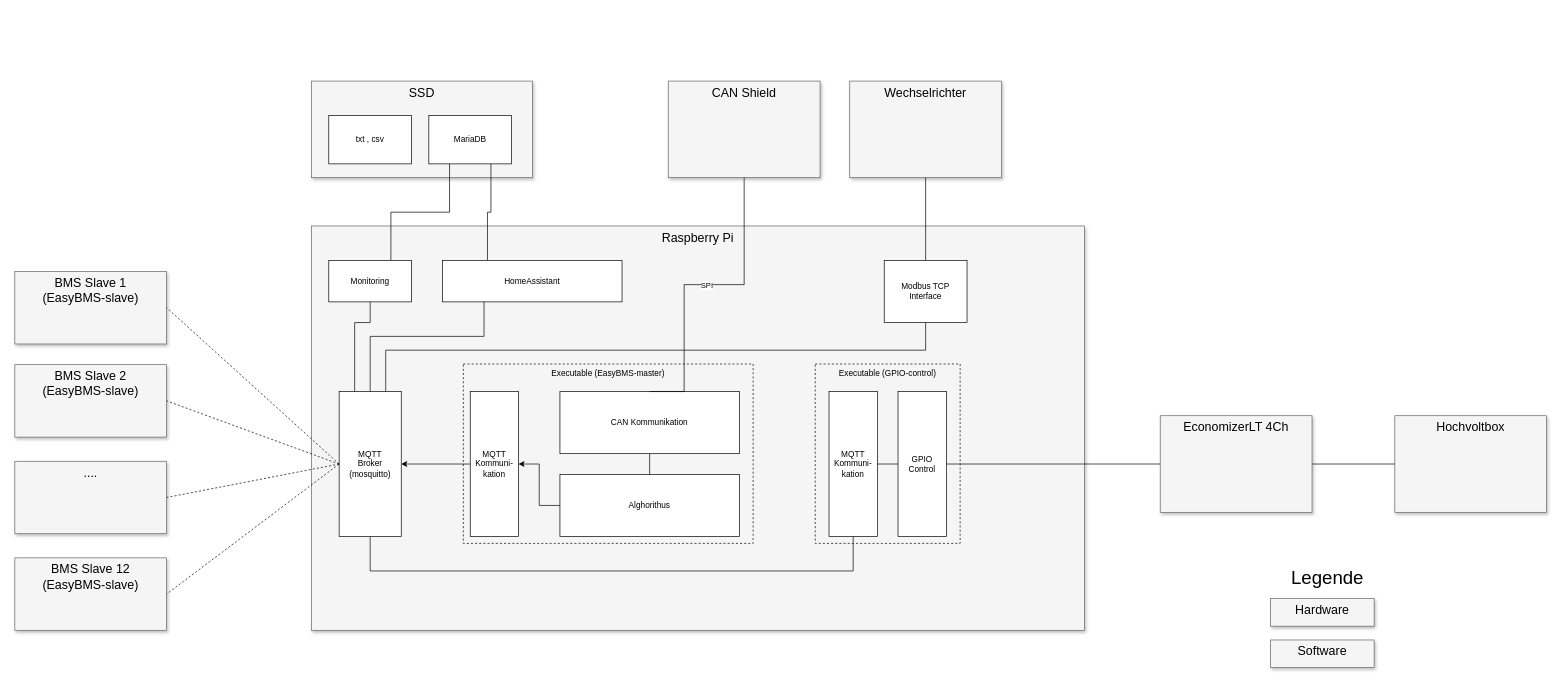
Earlier version of the draw.io diagram system-overview.drawio (SunshadeCorp/EasyBMS-master). Source tidied: cells renumbered, new cells numbered last; positions are measured from the earlier drawing's top-left corner, leaving out a move shared by most shapes. Both pictures are drawn from the tidied source at 69%, with x=0, y=0 at pixel (14, 81).
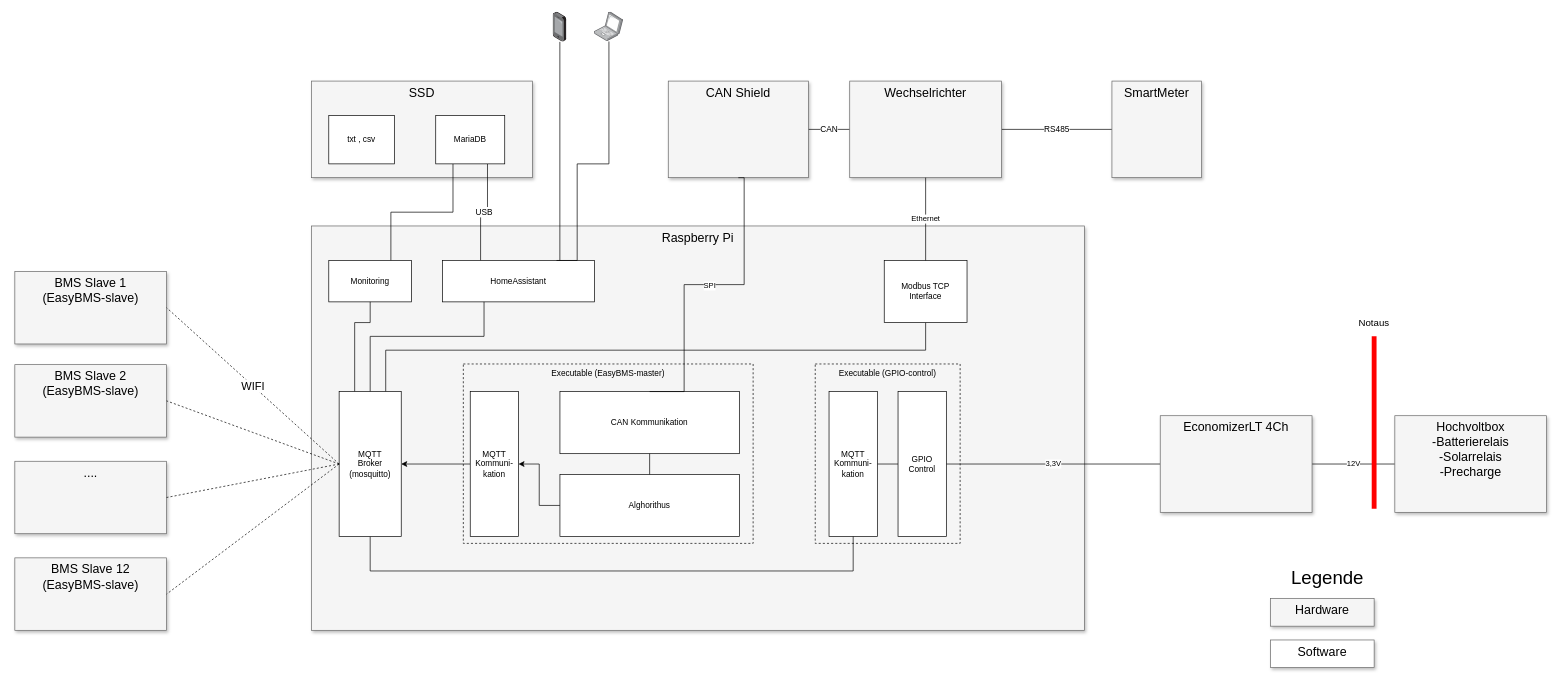
After the change.

Commit message:
Overview updated to two executable

The change refers to these unchanged cells:
```xml
<mxCell id="3" value="Wechselrichter" style="whiteSpace=wrap;html=1;shadow=1;fontSize=18;fillColor=#f5f5f5;strokeColor=#666666;verticalAlign=top;" parent="1" vertex="1">
  <mxGeometry x="1210" width="220" height="140" as="geometry" />
</mxCell>
<mxCell id="18" value="GPIO Control" style="rounded=0;whiteSpace=wrap;html=1;" parent="1" vertex="1">
  <mxGeometry x="1280" y="450" width="70" height="210" as="geometry" />
</mxCell>
<mxCell id="22" value="&lt;div&gt;Modbus TCP&lt;/div&gt;&lt;div&gt;Interface&lt;br&gt;&lt;/div&gt;" style="rounded=0;whiteSpace=wrap;html=1;" parent="1" vertex="1">
  <mxGeometry x="1260" y="260" width="120" height="90" as="geometry" />
</mxCell>
<mxCell id="26" value="&lt;div&gt;MQTT&lt;/div&gt;&lt;div&gt;Broker&lt;/div&gt;&lt;div&gt;(mosquitto)&lt;br&gt;&lt;/div&gt;" style="rounded=0;whiteSpace=wrap;html=1;" parent="1" vertex="1">
  <mxGeometry x="470" y="450" width="90" height="210" as="geometry" />
</mxCell>
<mxCell id="32" value="EconomizerLT 4Ch" style="whiteSpace=wrap;html=1;shadow=1;fontSize=18;fillColor=#f5f5f5;strokeColor=#666666;verticalAlign=top;" parent="1" vertex="1">
  <mxGeometry x="1660" y="485" width="220" height="140" as="geometry" />
</mxCell>
<mxCell id="39" value="&lt;div&gt;BMS Slave 1&lt;br&gt;&lt;/div&gt;&lt;div&gt;(EasyBMS-slave)&lt;br&gt;&lt;/div&gt;" style="whiteSpace=wrap;html=1;shadow=1;fontSize=18;fillColor=#f5f5f5;strokeColor=#666666;verticalAlign=top;" parent="1" vertex="1">
  <mxGeometry y="276" width="220" height="105" as="geometry" />
</mxCell>
```

What changed in the source:
```diff
@@
+    <mxCell id="47" value="CAN" style="edgeStyle=orthogonalEdgeStyle;rounded=0;jettySize=auto;html=1;exitX=1;exitY=0.5;exitDx=0;exitDy=0;entryX=0;entryY=0.5;entryDx=0;entryDy=0;fontSize=12;endArrow=none;endFill=0;strokeColor=#000000;strokeWidth=1;" parent="1" edge="1" source="2" target="3">
+      <mxGeometry relative="1" as="geometry" />
+    </mxCell>
     <mxCell id="2" value="CAN Shield" style="whiteSpace=wrap;html=1;shadow=1;fontSize=18;fillColor=#f5f5f5;strokeColor=#666666;verticalAlign=top;" parent="1" vertex="1">
-      <mxGeometry x="947" width="220" height="140" as="geometry" />
+      <mxGeometry x="947" width="203" height="140" as="geometry" />
     </mxCell>
+    <mxCell id="48" value="RS485" style="edgeStyle=orthogonalEdgeStyle;rounded=0;jettySize=auto;html=1;entryX=0;entryY=0.5;entryDx=0;entryDy=0;fontSize=12;endArrow=none;endFill=0;strokeWidth=1;" parent="1" edge="1" source="3" target="49">
+      <mxGeometry relative="1" as="geometry" />
+    </mxCell>
@@
-    <mxCell id="10" style="edgeStyle=orthogonalEdgeStyle;rounded=0;jettySize=auto;html=1;exitX=0.25;exitY=0;exitDx=0;exitDy=0;entryX=0.75;entryY=1;entryDx=0;entryDy=0;fontSize=27;endArrow=none;endFill=0;" parent="1" edge="1" source="11" target="37">
+    <mxCell id="10" value="USB" style="edgeStyle=orthogonalEdgeStyle;rounded=0;jettySize=auto;html=1;exitX=0.25;exitY=0;exitDx=0;exitDy=0;entryX=0.75;entryY=1;entryDx=0;entryDy=0;fontSize=12;endArrow=none;endFill=0;" parent="1" edge="1" source="11" target="37">
       <mxGeometry relative="1" as="geometry" />
     </mxCell>
     <mxCell id="11" value="HomeAssistant" style="rounded=0;whiteSpace=wrap;html=1;" parent="1" vertex="1">
-      <mxGeometry x="620" y="260" width="260" height="60" as="geometry" />
+      <mxGeometry x="620" y="260" width="220" height="60" as="geometry" />
     </mxCell>
@@
-    <mxCell id="17" style="edgeStyle=orthogonalEdgeStyle;rounded=0;jettySize=auto;html=1;exitX=1;exitY=0.5;exitDx=0;exitDy=0;entryX=0;entryY=0.5;entryDx=0;entryDy=0;endArrow=none;endFill=0;" parent="1" edge="1" source="18" target="32">
+    <mxCell id="17" value="3,3V" style="edgeStyle=orthogonalEdgeStyle;rounded=0;jettySize=auto;html=1;exitX=1;exitY=0.5;exitDx=0;exitDy=0;entryX=0;entryY=0.5;entryDx=0;entryDy=0;endArrow=none;endFill=0;" parent="1" edge="1" source="18" target="32">
       <mxGeometry relative="1" as="geometry" />
     </mxCell>
@@
-    <mxCell id="30" style="edgeStyle=orthogonalEdgeStyle;rounded=0;jettySize=auto;html=1;endArrow=none;endFill=0;" parent="1" edge="1" source="3" target="22">
+    <mxCell id="30" value="Ethernet" style="edgeStyle=orthogonalEdgeStyle;rounded=0;jettySize=auto;html=1;endArrow=none;endFill=0;" parent="1" edge="1" source="3" target="22">
       <mxGeometry relative="1" as="geometry" />
     </mxCell>
-    <mxCell id="31" style="edgeStyle=orthogonalEdgeStyle;rounded=0;jettySize=auto;html=1;exitX=1;exitY=0.5;exitDx=0;exitDy=0;entryX=0;entryY=0.5;entryDx=0;entryDy=0;endArrow=none;endFill=0;" parent="1" edge="1" source="32" target="33">
+    <mxCell id="31" value="12V" style="edgeStyle=orthogonalEdgeStyle;rounded=0;jettySize=auto;html=1;exitX=1;exitY=0.5;exitDx=0;exitDy=0;entryX=0;entryY=0.5;entryDx=0;entryDy=0;endArrow=none;endFill=0;" parent="1" edge="1" source="32" target="33">
       <mxGeometry relative="1" as="geometry" />
     </mxCell>
@@
-    <mxCell id="33" value="Hochvoltbox" style="whiteSpace=wrap;html=1;shadow=1;fontSize=18;fillColor=#f5f5f5;strokeColor=#666666;verticalAlign=top;" parent="1" vertex="1">
+    <mxCell id="33" value="&lt;div&gt;Hochvoltbox&lt;/div&gt;&lt;div&gt;-Batterierelais&lt;/div&gt;&lt;div&gt;-Solarrelais&lt;/div&gt;&lt;div&gt;-Precharge&lt;br&gt;&lt;/div&gt;" style="whiteSpace=wrap;html=1;shadow=1;fontSize=18;fillColor=#f5f5f5;strokeColor=#666666;verticalAlign=top;" parent="1" vertex="1">
       <mxGeometry x="2000" y="485" width="220" height="140" as="geometry" />
     </mxCell>
@@
-    <mxCell id="36" value="Software" style="whiteSpace=wrap;html=1;shadow=1;fontSize=18;fillColor=#f5f5f5;strokeColor=#666666;verticalAlign=top;" parent="1" vertex="1">
+    <mxCell id="36" value="Software" style="whiteSpace=wrap;html=1;shadow=1;fontSize=18;fillColor=#FFFFFF;strokeColor=#666666;verticalAlign=top;" parent="1" vertex="1">
       <mxGeometry x="1820" y="810" width="150" height="40" as="geometry" />
     </mxCell>
     <mxCell id="37" value="MariaDB" style="rounded=0;whiteSpace=wrap;html=1;" parent="1" vertex="1">
-      <mxGeometry x="600" y="50" width="120" height="70" as="geometry" />
+      <mxGeometry x="610" y="50" width="100" height="70" as="geometry" />
     </mxCell>
     <mxCell id="38" value="&lt;div&gt;txt , csv&lt;/div&gt;" style="rounded=0;whiteSpace=wrap;html=1;" parent="1" vertex="1">
-      <mxGeometry x="455" y="50" width="120" height="70" as="geometry" />
+      <mxGeometry x="455" y="50" width="95" height="70" as="geometry" />
     </mxCell>
@@
-    <mxCell id="43" style="endArrow=none;dashed=1;html=1;fontSize=27;entryX=1;entryY=0.5;entryDx=0;entryDy=0;exitX=0;exitY=0.5;exitDx=0;exitDy=0;" parent="1" edge="1" source="26" target="39">
+    <mxCell id="43" value="WIFI" style="endArrow=none;dashed=1;html=1;fontSize=16;entryX=1;entryY=0.5;entryDx=0;entryDy=0;exitX=0;exitY=0.5;exitDx=0;exitDy=0;" parent="1" edge="1" source="26" target="39">
       <mxGeometry relative="1" as="geometry" />
     </mxCell>
@@
+    <mxCell id="49" value="SmartMeter" style="whiteSpace=wrap;html=1;shadow=1;fontSize=18;fillColor=#f5f5f5;strokeColor=#666666;verticalAlign=top;" parent="1" vertex="1">
+      <mxGeometry x="1590" width="130" height="140" as="geometry" />
+    </mxCell>
+    <mxCell id="50" style="endArrow=none;html=1;fontSize=27;fillColor=#e51400;strokeColor=#FF0000;strokeWidth=7;" parent="1" edge="1">
+      <mxGeometry relative="1" as="geometry">
+        <mxPoint x="1970" y="620" as="sourcePoint" />
+        <mxPoint x="1970" y="370" as="targetPoint" />
+      </mxGeometry>
+    </mxCell>
+    <mxCell id="51" value="Notaus" style="text;html=1;strokeColor=none;fillColor=none;align=center;verticalAlign=middle;whiteSpace=wrap;rounded=0;dashed=1;fontSize=14;" parent="1" vertex="1">
+      <mxGeometry x="1950" y="340" width="40" height="20" as="geometry" />
+    </mxCell>
+    <mxCell id="52" style="edgeStyle=orthogonalEdgeStyle;rounded=0;jettySize=auto;html=1;fontSize=12;endArrow=none;endFill=0;strokeColor=#000000;strokeWidth=1;" parent="1" edge="1" source="53" target="11">
+      <mxGeometry relative="1" as="geometry">
+        <Array as="points">
+          <mxPoint x="790" y="20" />
+          <mxPoint x="790" y="20" />
+        </Array>
+      </mxGeometry>
+    </mxCell>
+    <mxCell id="53" style="points=[];html=1;align=center;shadow=0;dashed=0;image;image=img/lib/allied_telesis/computer_and_terminals/Smartphone.svg;fontSize=12;fillColor=#FFFFFF;" parent="1" vertex="1">
+      <mxGeometry x="780" y="-100" width="19.8" height="43.2" as="geometry" />
+    </mxCell>
+    <mxCell id="54" style="edgeStyle=orthogonalEdgeStyle;rounded=0;jettySize=auto;html=1;entryX=0.75;entryY=0;entryDx=0;entryDy=0;fontSize=12;endArrow=none;endFill=0;strokeColor=#000000;strokeWidth=1;" parent="1" edge="1" source="55" target="11">
+      <mxGeometry relative="1" as="geometry">
+        <Array as="points">
+          <mxPoint x="861" y="120" />
+          <mxPoint x="815" y="120" />
+        </Array>
+      </mxGeometry>
+    </mxCell>
+    <mxCell id="55" style="points=[];html=1;align=center;shadow=0;dashed=0;image;image=img/lib/allied_telesis/computer_and_terminals/Laptop.svg;fontSize=12;fillColor=#FFFFFF;" parent="1" vertex="1">
+      <mxGeometry x="840" y="-100" width="42" height="42.6" as="geometry" />
+    </mxCell>
```
